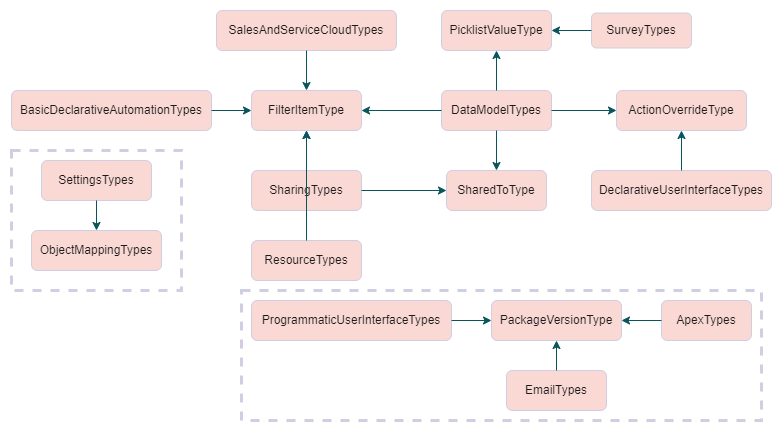
Earlier version of the draw.io export package_diagram.png (learnbenlearn/ApexMetadataAPI). Source tidied: cells renumbered, new cells last; positions are measured from the earlier drawing's top-left corner, leaving out a move shared by most shapes.
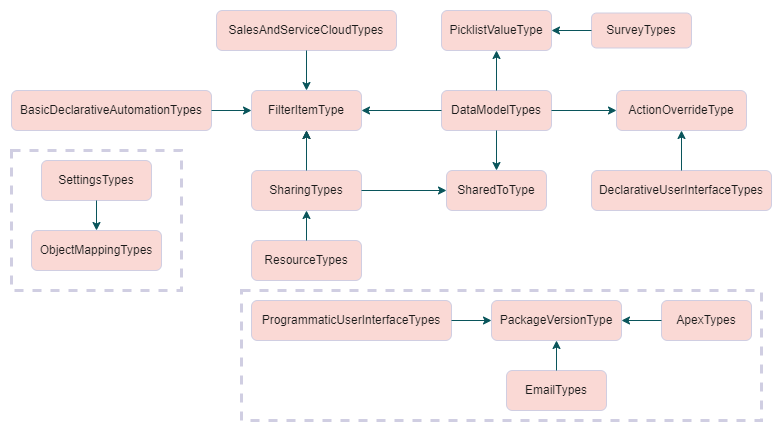
After the commit.

The edit, as a diff of the source:
```diff
@@ -8,6 +8,9 @@
     <mxCell id="3" value="ResourceTypes" style="rounded=1;whiteSpace=wrap;html=1;fillColor=#FAD9D5;strokeColor=#D0CEE2;fontColor=#1A1A1A;" parent="2" vertex="1">
       <mxGeometry x="240" y="230" width="110" height="40" as="geometry" />
     </mxCell>
+    <mxCell id="40" style="edgeStyle=orthogonalEdgeStyle;rounded=0;jettySize=auto;html=1;" parent="2" edge="1" source="4" target="14">
+      <mxGeometry relative="1" as="geometry" />
+    </mxCell>
     <mxCell id="4" value="SharingTypes" style="rounded=1;whiteSpace=wrap;html=1;fillColor=#FAD9D5;strokeColor=#D0CEE2;fontColor=#1A1A1A;" parent="2" vertex="1">
       <mxGeometry x="240" y="160" width="110" height="40" as="geometry" />
     </mxCell>
@@ -71,8 +74,10 @@
     <mxCell id="24" style="edgeStyle=orthogonalEdgeStyle;rounded=0;jettySize=auto;html=1;strokeColor=#09555B;fontColor=#1A1A1A;" parent="2" edge="1" source="4" target="14">
       <mxGeometry relative="1" as="geometry" />
     </mxCell>
-    <mxCell id="25" style="edgeStyle=orthogonalEdgeStyle;rounded=0;jettySize=auto;html=1;strokeColor=#09555B;fontColor=#1A1A1A;" parent="2" edge="1" source="3" target="14">
-      <mxGeometry relative="1" as="geometry" />
+    <mxCell id="25" style="edgeStyle=orthogonalEdgeStyle;rounded=0;jettySize=auto;html=1;strokeColor=#09555B;fontColor=#1A1A1A;" parent="2" edge="1" source="3">
+      <mxGeometry relative="1" as="geometry">
+        <mxPoint x="295" y="200" as="targetPoint" />
+      </mxGeometry>
     </mxCell>
     <mxCell id="26" style="whiteSpace=wrap;html=1;rounded=0;strokeColor=#D0CEE2;strokeWidth=3;dashed=1;fillColor=none;fontColor=#1A1A1A;" parent="2" vertex="1">
       <mxGeometry y="140" width="170" height="140" as="geometry" />
```
